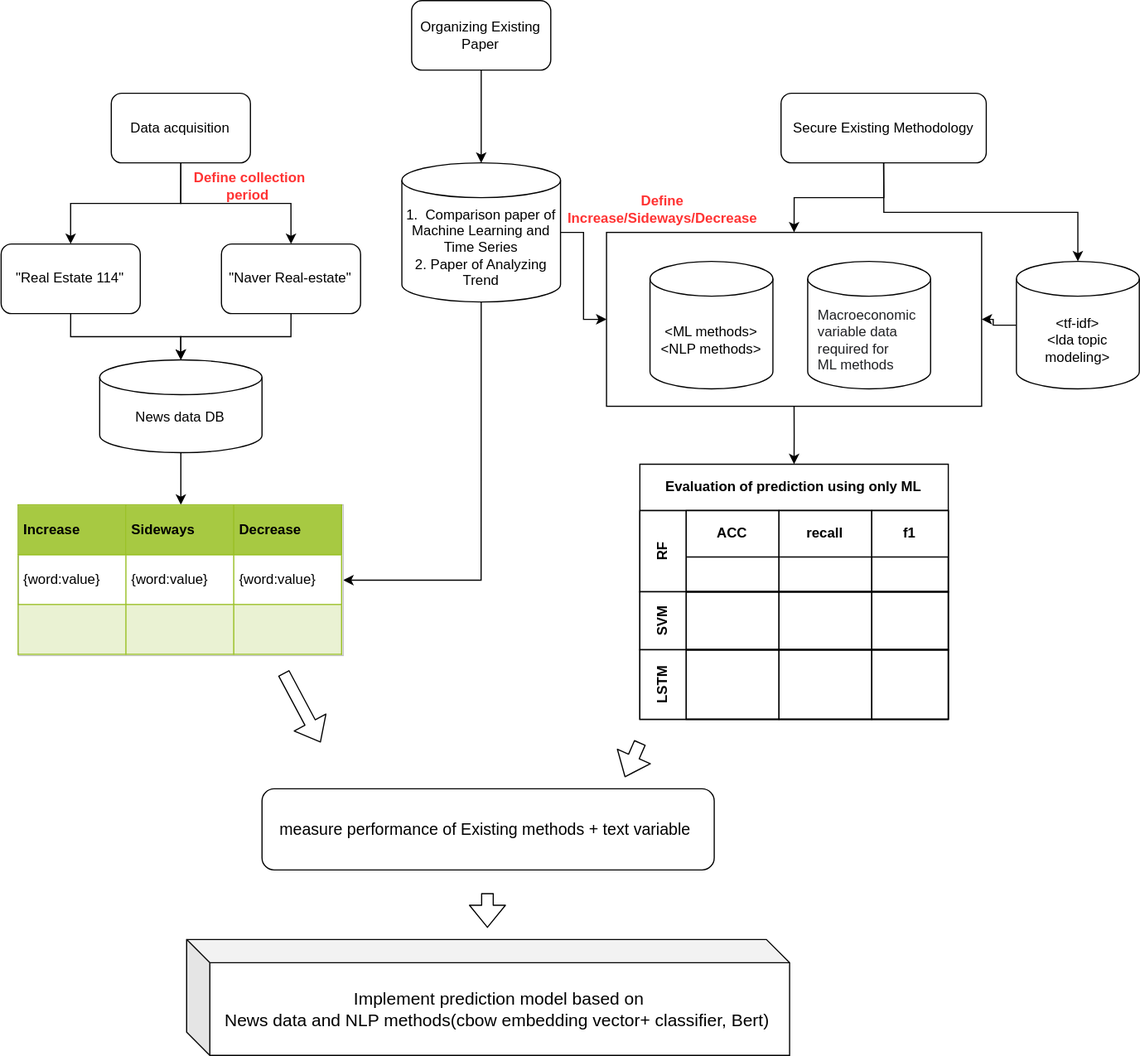
This is Copy of project_flowchart_vertical.svg from jinwooahnKHU/2021_1_real_estate_project, a draw.io export, as it was before one commit. Source tidied: cells renumbered, new cells last; positions are measured from the earlier drawing's top-left corner, leaving out a move shared by most shapes.
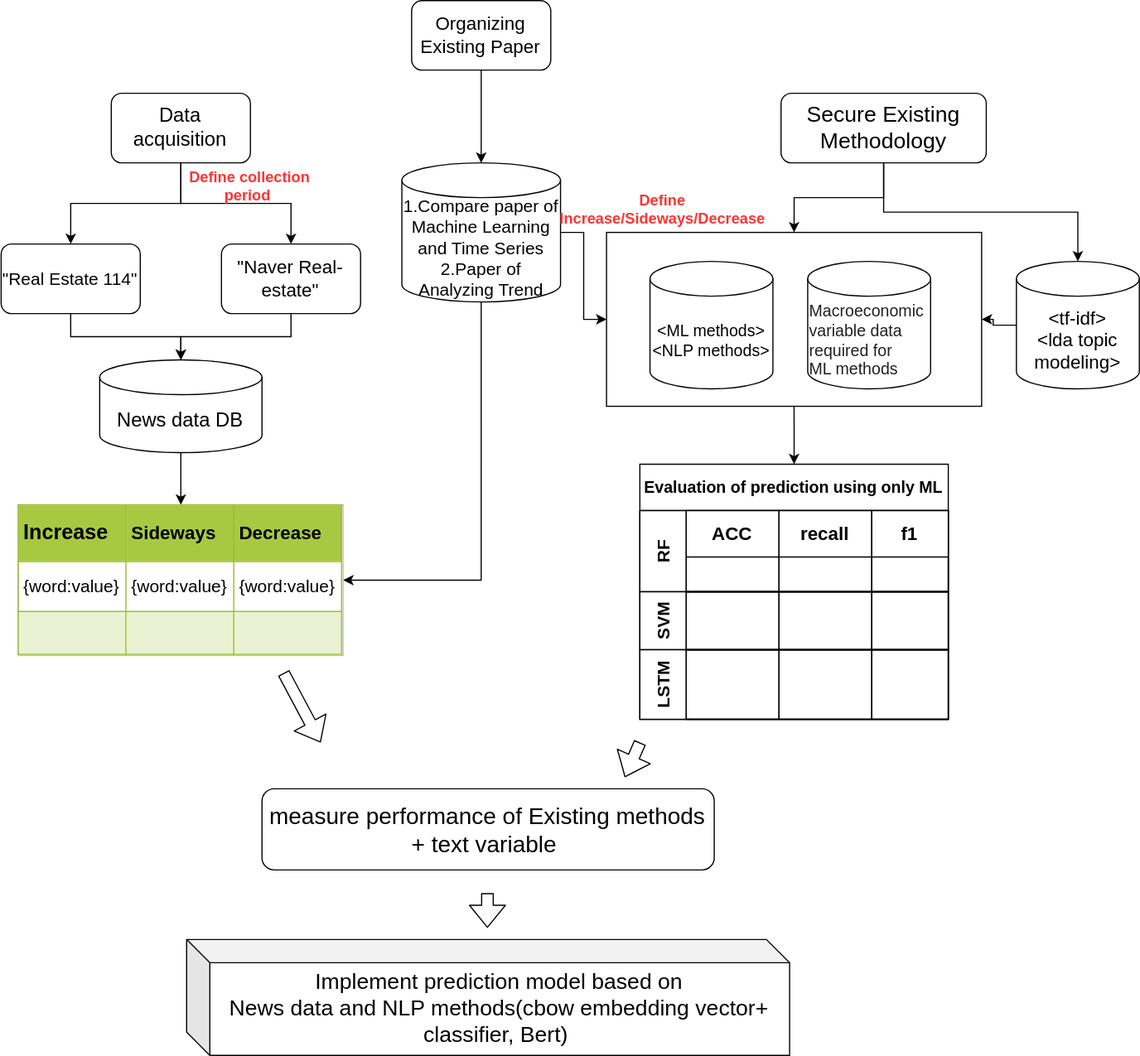
Later version of the same file.

The edit, as a diff of the source:
```diff
@@ -14,13 +14,13 @@
     <mxCell id="5" style="edgeStyle=orthogonalEdgeStyle;rounded=0;jettySize=auto;html=1;exitX=0.5;exitY=1;exitDx=0;exitDy=0;entryX=0.5;entryY=0;entryDx=0;entryDy=0;" parent="1" edge="1" source="6" target="15">
       <mxGeometry relative="1" as="geometry" />
     </mxCell>
-    <mxCell id="6" value="Data acquisition" style="rounded=1;whiteSpace=wrap;html=1;" parent="1" vertex="1">
+    <mxCell id="6" value="&lt;font style=&quot;font-size: 17px&quot;&gt;Data acquisition&lt;/font&gt;" style="rounded=1;whiteSpace=wrap;html=1;" parent="1" vertex="1">
       <mxGeometry x="95.4" y="80" width="120" height="60" as="geometry" />
     </mxCell>
     <mxCell id="7" style="edgeStyle=orthogonalEdgeStyle;rounded=0;jettySize=auto;html=1;exitX=0.5;exitY=1;exitDx=0;exitDy=0;" parent="1" edge="1" source="8" target="18">
       <mxGeometry relative="1" as="geometry" />
     </mxCell>
-    <mxCell id="8" value="Organizing Existing Paper" style="rounded=1;whiteSpace=wrap;html=1;" parent="1" vertex="1">
+    <mxCell id="8" value="&lt;font style=&quot;font-size: 16px&quot;&gt;Organizing Existing Paper&lt;/font&gt;" style="rounded=1;whiteSpace=wrap;html=1;" parent="1" vertex="1">
       <mxGeometry x="354.4" width="120" height="60" as="geometry" />
     </mxCell>
     <mxCell id="9" style="edgeStyle=orthogonalEdgeStyle;rounded=0;jettySize=auto;html=1;exitX=0.5;exitY=1;exitDx=0;exitDy=0;entryX=0.5;entryY=0;entryDx=0;entryDy=0;" parent="1" edge="1" source="11" target="3">
@@ -29,19 +29,19 @@
     <mxCell id="10" style="edgeStyle=orthogonalEdgeStyle;rounded=0;jettySize=auto;html=1;exitX=0.5;exitY=1;exitDx=0;exitDy=0;" parent="1" edge="1" source="11" target="40">
       <mxGeometry relative="1" as="geometry" />
     </mxCell>
-    <mxCell id="11" value="Secure Existing Methodology" style="rounded=1;whiteSpace=wrap;html=1;" parent="1" vertex="1">
+    <mxCell id="11" value="&lt;font style=&quot;font-size: 19px&quot;&gt;Secure Existing Methodology&lt;/font&gt;" style="rounded=1;whiteSpace=wrap;html=1;" parent="1" vertex="1">
       <mxGeometry x="673" y="80" width="177" height="60" as="geometry" />
     </mxCell>
     <mxCell id="12" style="edgeStyle=orthogonalEdgeStyle;rounded=0;jettySize=auto;html=1;exitX=0.5;exitY=1;exitDx=0;exitDy=0;entryX=0.5;entryY=0;entryDx=0;entryDy=0;entryPerimeter=0;" parent="1" edge="1" source="13" target="35">
       <mxGeometry relative="1" as="geometry" />
     </mxCell>
-    <mxCell id="13" value="&quot;Real Estate 114&quot;" style="rounded=1;whiteSpace=wrap;html=1;" parent="1" vertex="1">
+    <mxCell id="13" value="&lt;font style=&quot;font-size: 15px&quot;&gt;&quot;Real Estate 114&quot;&lt;/font&gt;" style="rounded=1;whiteSpace=wrap;html=1;" parent="1" vertex="1">
       <mxGeometry x="0.4" y="210" width="120" height="60" as="geometry" />
     </mxCell>
     <mxCell id="14" style="edgeStyle=orthogonalEdgeStyle;rounded=0;jettySize=auto;html=1;exitX=0.5;exitY=1;exitDx=0;exitDy=0;entryX=0.5;entryY=0;entryDx=0;entryDy=0;entryPerimeter=0;" parent="1" edge="1" source="15" target="35">
       <mxGeometry relative="1" as="geometry" />
     </mxCell>
-    <mxCell id="15" value="&quot;Naver Real-estate&quot;" style="rounded=1;whiteSpace=wrap;html=1;" parent="1" vertex="1">
+    <mxCell id="15" value="&lt;font style=&quot;font-size: 16px&quot;&gt;&quot;Naver Real-estate&quot;&lt;/font&gt;" style="rounded=1;whiteSpace=wrap;html=1;" parent="1" vertex="1">
       <mxGeometry x="190.4" y="210" width="120" height="60" as="geometry" />
     </mxCell>
     <mxCell id="16" style="edgeStyle=orthogonalEdgeStyle;rounded=0;jettySize=auto;html=1;exitX=1;exitY=0.5;exitDx=0;exitDy=0;exitPerimeter=0;" parent="1" edge="1" source="18" target="3">
@@ -50,31 +50,31 @@
     <mxCell id="17" style="edgeStyle=orthogonalEdgeStyle;rounded=0;jettySize=auto;html=1;exitX=0.5;exitY=1;exitDx=0;exitDy=0;exitPerimeter=0;entryX=1;entryY=0.5;entryDx=0;entryDy=0;" parent="1" edge="1" source="18" target="36">
       <mxGeometry relative="1" as="geometry" />
     </mxCell>
-    <mxCell id="18" value="1. &amp;nbsp;Comparison paper of Machine Learning and Time Series&lt;br&gt;2. Paper of Analyzing Trend" style="shape=cylinder3;whiteSpace=wrap;html=1;boundedLbl=1;backgroundOutline=1;size=15;" parent="1" vertex="1">
+    <mxCell id="18" value="&lt;div&gt;&lt;span style=&quot;font-size: 15px&quot;&gt;1.Compare paper of Machine Learning and Time Series&lt;/span&gt;&lt;/div&gt;&lt;font style=&quot;font-size: 15px&quot;&gt;&lt;div&gt;2.Paper of Analyzing Trend&lt;/div&gt;&lt;/font&gt;" style="shape=cylinder3;whiteSpace=wrap;html=1;boundedLbl=1;backgroundOutline=1;size=15;align=center;" parent="1" vertex="1">
       <mxGeometry x="346" y="140" width="136.8" height="120" as="geometry" />
     </mxCell>
-    <mxCell id="19" value="&amp;lt;ML methods&amp;gt;&lt;br&gt;&amp;lt;NLP methods&amp;gt;" style="shape=cylinder3;whiteSpace=wrap;html=1;boundedLbl=1;backgroundOutline=1;size=15;" parent="1" vertex="1">
+    <mxCell id="19" value="&lt;font style=&quot;font-size: 14px&quot;&gt;&amp;lt;ML methods&amp;gt;&lt;br&gt;&amp;lt;NLP methods&amp;gt;&lt;/font&gt;" style="shape=cylinder3;whiteSpace=wrap;html=1;boundedLbl=1;backgroundOutline=1;size=15;" parent="1" vertex="1">
       <mxGeometry x="560" y="225" width="106" height="110" as="geometry" />
     </mxCell>
-    <mxCell id="20" value="&lt;div style=&quot;text-align: left&quot;&gt;&lt;font color=&quot;#202124&quot;&gt;&lt;span style=&quot;white-space: pre&quot;&gt;Macroeconomic &lt;/span&gt;&lt;/font&gt;&lt;/div&gt;&lt;div style=&quot;text-align: left&quot;&gt;&lt;font color=&quot;#202124&quot;&gt;&lt;span style=&quot;white-space: pre&quot;&gt;variable data &lt;/span&gt;&lt;/font&gt;&lt;/div&gt;&lt;div style=&quot;text-align: left&quot;&gt;&lt;font color=&quot;#202124&quot;&gt;&lt;span style=&quot;white-space: pre&quot;&gt;required for &lt;/span&gt;&lt;/font&gt;&lt;/div&gt;&lt;div style=&quot;text-align: left&quot;&gt;&lt;font color=&quot;#202124&quot;&gt;&lt;span style=&quot;white-space: pre&quot;&gt;ML methods&lt;/span&gt;&lt;/font&gt;&lt;/div&gt;" style="shape=cylinder3;whiteSpace=wrap;html=1;boundedLbl=1;backgroundOutline=1;size=15;" parent="1" vertex="1">
+    <mxCell id="20" value="&lt;div style=&quot;text-align: left ; font-size: 14px&quot;&gt;&lt;font color=&quot;#202124&quot; style=&quot;font-size: 14px&quot;&gt;&lt;span style=&quot;white-space: pre&quot;&gt;Macroeconomic &lt;/span&gt;&lt;/font&gt;&lt;/div&gt;&lt;div style=&quot;text-align: left ; font-size: 14px&quot;&gt;&lt;font color=&quot;#202124&quot; style=&quot;font-size: 14px&quot;&gt;&lt;span style=&quot;white-space: pre&quot;&gt;variable data &lt;/span&gt;&lt;/font&gt;&lt;/div&gt;&lt;div style=&quot;text-align: left ; font-size: 14px&quot;&gt;&lt;font color=&quot;#202124&quot; style=&quot;font-size: 14px&quot;&gt;&lt;span style=&quot;white-space: pre&quot;&gt;required for &lt;/span&gt;&lt;/font&gt;&lt;/div&gt;&lt;div style=&quot;text-align: left ; font-size: 14px&quot;&gt;&lt;font color=&quot;#202124&quot; style=&quot;font-size: 14px&quot;&gt;&lt;span style=&quot;white-space: pre&quot;&gt;ML methods&lt;/span&gt;&lt;/font&gt;&lt;/div&gt;" style="shape=cylinder3;whiteSpace=wrap;html=1;boundedLbl=1;backgroundOutline=1;size=15;" parent="1" vertex="1">
       <mxGeometry x="696" y="225" width="106" height="110" as="geometry" />
     </mxCell>
-    <mxCell id="21" value="Evaluation of prediction using only ML" style="shape=table;rowLines=0;columnLines=0;startSize=40;html=1;whiteSpace=wrap;fontStyle=1;align=center;" parent="1" vertex="1">
+    <mxCell id="21" value="&lt;font style=&quot;font-size: 14px&quot;&gt;Evaluation of prediction using only ML&lt;/font&gt;" style="shape=table;rowLines=0;columnLines=0;startSize=40;html=1;whiteSpace=wrap;fontStyle=1;align=center;" parent="1" vertex="1">
       <mxGeometry x="551.2" y="400" width="266" height="220" as="geometry" />
     </mxCell>
-    <mxCell id="22" value="RF" style="swimlane;horizontal=0;startSize=40;html=1;whiteSpace=wrap;fontStyle=1;" parent="21" vertex="1">
+    <mxCell id="22" value="&lt;font style=&quot;font-size: 15px&quot;&gt;RF&lt;/font&gt;" style="swimlane;horizontal=0;startSize=40;html=1;whiteSpace=wrap;fontStyle=1;" parent="21" vertex="1">
       <mxGeometry y="40" width="266" height="70" as="geometry" />
     </mxCell>
-    <mxCell id="23" value="ACC" style="swimlane;startSize=40;html=1;whiteSpace=wrap;" parent="22" vertex="1">
+    <mxCell id="23" value="&lt;font style=&quot;font-size: 16px&quot;&gt;ACC&lt;/font&gt;" style="swimlane;startSize=40;html=1;whiteSpace=wrap;" parent="22" vertex="1">
       <mxGeometry x="40" width="80" height="70" as="geometry" />
     </mxCell>
-    <mxCell id="24" value="recall" style="swimlane;startSize=40;html=1;whiteSpace=wrap;" parent="22" vertex="1">
+    <mxCell id="24" value="&lt;font style=&quot;font-size: 16px&quot;&gt;recall&lt;/font&gt;" style="swimlane;startSize=40;html=1;whiteSpace=wrap;" parent="22" vertex="1">
       <mxGeometry x="120" width="80" height="70" as="geometry" />
     </mxCell>
-    <mxCell id="25" value="f1" style="swimlane;startSize=40;html=1;whiteSpace=wrap;" parent="22" vertex="1">
+    <mxCell id="25" value="&lt;font style=&quot;font-size: 16px&quot;&gt;f1&lt;/font&gt;" style="swimlane;startSize=40;html=1;whiteSpace=wrap;" parent="22" vertex="1">
       <mxGeometry x="200" width="66" height="70" as="geometry" />
     </mxCell>
-    <mxCell id="26" value="SVM" style="swimlane;horizontal=0;startSize=40;html=1;whiteSpace=wrap;" parent="21" vertex="1">
+    <mxCell id="26" value="&lt;font style=&quot;font-size: 15px&quot;&gt;SVM&lt;/font&gt;" style="swimlane;horizontal=0;startSize=40;html=1;whiteSpace=wrap;" parent="21" vertex="1">
       <mxGeometry y="110" width="266" height="50" as="geometry" />
     </mxCell>
     <mxCell id="27" style="swimlane;startSize=0;html=1;whiteSpace=wrap;" parent="26" vertex="1">
@@ -86,7 +86,7 @@
     <mxCell id="29" style="swimlane;startSize=0;html=1;whiteSpace=wrap;" parent="26" vertex="1">
       <mxGeometry x="200" width="66" height="50" as="geometry" />
     </mxCell>
-    <mxCell id="30" value="LSTM" style="swimlane;horizontal=0;startSize=40;html=1;whiteSpace=wrap;" parent="21" vertex="1">
+    <mxCell id="30" value="&lt;font style=&quot;font-size: 15px&quot;&gt;LSTM&lt;/font&gt;" style="swimlane;horizontal=0;startSize=40;html=1;whiteSpace=wrap;" parent="21" vertex="1">
       <mxGeometry y="160" width="266" height="60" as="geometry" />
     </mxCell>
     <mxCell id="31" style="swimlane;startSize=0;html=1;whiteSpace=wrap;" parent="30" vertex="1">
@@ -101,13 +101,13 @@
     <mxCell id="34" style="edgeStyle=orthogonalEdgeStyle;rounded=0;jettySize=auto;html=1;exitX=0.5;exitY=1;exitDx=0;exitDy=0;exitPerimeter=0;" parent="1" edge="1" source="35" target="36">
       <mxGeometry relative="1" as="geometry" />
     </mxCell>
-    <mxCell id="35" value="News data DB" style="shape=cylinder3;whiteSpace=wrap;html=1;boundedLbl=1;backgroundOutline=1;size=15;" parent="1" vertex="1">
+    <mxCell id="35" value="&lt;font style=&quot;font-size: 17px&quot;&gt;News data DB&lt;/font&gt;" style="shape=cylinder3;whiteSpace=wrap;html=1;boundedLbl=1;backgroundOutline=1;size=15;" parent="1" vertex="1">
       <mxGeometry x="85.4" y="310" width="140" height="80" as="geometry" />
     </mxCell>
-    <mxCell id="36" value="&lt;table border=&quot;1&quot; width=&quot;100%&quot; cellpadding=&quot;4&quot; style=&quot;width: 100% ; height: 100% ; border-collapse: collapse&quot;&gt;&lt;tbody&gt;&lt;tr style=&quot;background-color: #a7c942 ; color: #ffffff ; border: 1px solid #98bf21&quot;&gt;&lt;th align=&quot;left&quot;&gt;&lt;font color=&quot;#000000&quot;&gt;Increase&lt;/font&gt;&lt;/th&gt;&lt;th align=&quot;left&quot;&gt;&lt;font color=&quot;#000000&quot;&gt;Sideways&lt;/font&gt;&lt;/th&gt;&lt;th align=&quot;left&quot;&gt;&lt;font color=&quot;#000000&quot;&gt;Decrease&lt;/font&gt;&lt;/th&gt;&lt;/tr&gt;&lt;tr style=&quot;border: 1px solid #98bf21&quot;&gt;&lt;td&gt;{word:value}&lt;/td&gt;&lt;td&gt;{word:value}&lt;/td&gt;&lt;td&gt;{word:value}&lt;/td&gt;&lt;/tr&gt;&lt;tr style=&quot;background-color: #eaf2d3 ; border: 1px solid #98bf21&quot;&gt;&lt;td&gt;&lt;br&gt;&lt;/td&gt;&lt;td&gt;&lt;/td&gt;&lt;td&gt;&lt;/td&gt;&lt;/tr&gt;&lt;/tbody&gt;&lt;/table&gt;" style="text;html=1;strokeColor=#c0c0c0;fillColor=#ffffff;overflow=fill;rounded=0;" parent="1" vertex="1">
+    <mxCell id="36" value="&lt;table border=&quot;1&quot; width=&quot;100%&quot; cellpadding=&quot;4&quot; style=&quot;width: 100% ; height: 100% ; border-collapse: collapse&quot;&gt;&lt;tbody&gt;&lt;tr style=&quot;background-color: #a7c942 ; color: #ffffff ; border: 1px solid #98bf21&quot;&gt;&lt;th align=&quot;left&quot;&gt;&lt;font color=&quot;#000000&quot; style=&quot;font-size: 18px&quot;&gt;Increase&lt;/font&gt;&lt;/th&gt;&lt;th align=&quot;left&quot;&gt;&lt;font color=&quot;#000000&quot; style=&quot;font-size: 16px&quot;&gt;Sideways&lt;/font&gt;&lt;/th&gt;&lt;th align=&quot;left&quot;&gt;&lt;font color=&quot;#000000&quot; style=&quot;font-size: 16px&quot;&gt;Decrease&lt;/font&gt;&lt;/th&gt;&lt;/tr&gt;&lt;tr style=&quot;border: 1px solid #98bf21&quot;&gt;&lt;td&gt;&lt;font style=&quot;font-size: 15px&quot;&gt;{word:value}&lt;/font&gt;&lt;/td&gt;&lt;td&gt;&lt;font style=&quot;font-size: 15px&quot;&gt;{word:value}&lt;/font&gt;&lt;/td&gt;&lt;td&gt;&lt;font style=&quot;font-size: 15px&quot;&gt;{word:value}&lt;/font&gt;&lt;/td&gt;&lt;/tr&gt;&lt;tr style=&quot;background-color: #eaf2d3 ; border: 1px solid #98bf21&quot;&gt;&lt;td&gt;&lt;br&gt;&lt;/td&gt;&lt;td&gt;&lt;/td&gt;&lt;td&gt;&lt;/td&gt;&lt;/tr&gt;&lt;/tbody&gt;&lt;/table&gt;" style="text;html=1;strokeColor=#c0c0c0;fillColor=#ffffff;overflow=fill;rounded=0;" parent="1" vertex="1">
       <mxGeometry x="15.4" y="435" width="280" height="130" as="geometry" />
     </mxCell>
-    <mxCell id="37" value="&lt;font style=&quot;font-size: 14px&quot;&gt;measure performance of Existing methods + text variable&amp;nbsp;&lt;/font&gt;" style="rounded=1;whiteSpace=wrap;html=1;" parent="1" vertex="1">
+    <mxCell id="37" value="&lt;font style=&quot;font-size: 20px&quot;&gt;measure performance of Existing methods + text variable&amp;nbsp;&lt;/font&gt;" style="rounded=1;whiteSpace=wrap;html=1;" parent="1" vertex="1">
       <mxGeometry x="225.4" y="680" width="390" height="70" as="geometry" />
     </mxCell>
     <mxCell id="38" style="shape=flexArrow;endArrow=classic;html=1;" parent="1" edge="1">
@@ -119,16 +119,16 @@
     <mxCell id="39" style="edgeStyle=orthogonalEdgeStyle;rounded=0;jettySize=auto;html=1;exitX=0;exitY=0.5;exitDx=0;exitDy=0;exitPerimeter=0;" parent="1" edge="1" source="40" target="3">
       <mxGeometry relative="1" as="geometry" />
     </mxCell>
-    <mxCell id="40" value="&amp;lt;tf-idf&amp;gt;&lt;br&gt;&amp;lt;lda topic modeling&amp;gt;" style="shape=cylinder3;whiteSpace=wrap;html=1;boundedLbl=1;backgroundOutline=1;size=15;" parent="1" vertex="1">
+    <mxCell id="40" value="&lt;font style=&quot;font-size: 16px&quot;&gt;&amp;lt;tf-idf&amp;gt;&lt;br&gt;&amp;lt;lda topic modeling&amp;gt;&lt;/font&gt;" style="shape=cylinder3;whiteSpace=wrap;html=1;boundedLbl=1;backgroundOutline=1;size=15;" parent="1" vertex="1">
       <mxGeometry x="876" y="225" width="106" height="110" as="geometry" />
     </mxCell>
-    <mxCell id="41" value="&lt;b&gt;&lt;font color=&quot;#ff3333&quot;&gt;Define &lt;br&gt;Increase/Sideways/Decrease&lt;/font&gt;&lt;/b&gt;" style="text;html=1;strokeColor=none;fillColor=none;align=center;verticalAlign=middle;whiteSpace=wrap;rounded=0;shadow=0;glass=0;" parent="1" vertex="1">
+    <mxCell id="41" value="&lt;b style=&quot;font-size: 13px&quot;&gt;&lt;font color=&quot;#ff3333&quot; style=&quot;font-size: 13px&quot;&gt;Define &lt;br&gt;Increase/Sideways/Decrease&lt;/font&gt;&lt;/b&gt;" style="text;html=1;strokeColor=none;fillColor=none;align=center;verticalAlign=middle;whiteSpace=wrap;rounded=0;shadow=0;glass=0;" parent="1" vertex="1">
       <mxGeometry x="516" y="170" width="110" height="20" as="geometry" />
     </mxCell>
-    <mxCell id="42" value="&lt;font style=&quot;font-size: 15px&quot;&gt;Implement prediction model based on &lt;br&gt;News data and&amp;nbsp;NLP methods(cbow embedding vector+ classifier, Bert)&lt;/font&gt;&amp;nbsp;" style="shape=cube;whiteSpace=wrap;html=1;boundedLbl=1;backgroundOutline=1;darkOpacity=0.05;darkOpacity2=0.1;" parent="1" vertex="1">
+    <mxCell id="42" value="&lt;font style=&quot;font-size: 19px&quot;&gt;&lt;font style=&quot;font-size: 19px&quot;&gt;Implement prediction model based on &lt;br&gt;News data and&amp;nbsp;NLP methods(cbow embedding vector+ classifier, Bert)&lt;/font&gt;&amp;nbsp;&lt;/font&gt;" style="shape=cube;whiteSpace=wrap;html=1;boundedLbl=1;backgroundOutline=1;darkOpacity=0.05;darkOpacity2=0.1;" parent="1" vertex="1">
       <mxGeometry x="160.4" y="810" width="520" height="100" as="geometry" />
     </mxCell>
-    <mxCell id="43" value="&lt;font color=&quot;#ff3333&quot;&gt;&lt;span&gt;&lt;b&gt;Define collection period&amp;nbsp;&lt;/b&gt;&lt;/span&gt;&lt;/font&gt;" style="text;html=1;strokeColor=none;fillColor=none;align=center;verticalAlign=middle;whiteSpace=wrap;rounded=0;shadow=0;glass=0;" parent="1" vertex="1">
+    <mxCell id="43" value="&lt;font color=&quot;#ff3333&quot; size=&quot;1&quot;&gt;&lt;span&gt;&lt;b style=&quot;font-size: 13px&quot;&gt;Define collection period&amp;nbsp;&lt;/b&gt;&lt;/span&gt;&lt;/font&gt;" style="text;html=1;strokeColor=none;fillColor=none;align=center;verticalAlign=middle;whiteSpace=wrap;rounded=0;shadow=0;glass=0;" parent="1" vertex="1">
       <mxGeometry x="160.4" y="150" width="110" height="20" as="geometry" />
     </mxCell>
     <mxCell id="44" style="shape=flexArrow;endArrow=classic;html=1;" parent="1" edge="1">
```
